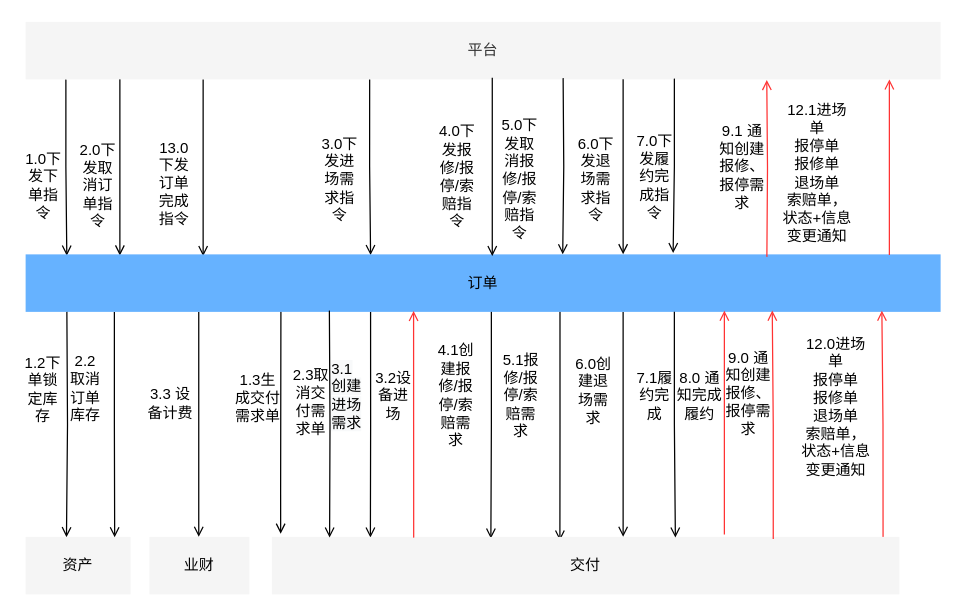
Earlier version of the draw.io diagram page "Copy of Page-29" (33 of 36) of docs/自营重构.drawio (lokiworks/codebase). Source tidied: cells renumbered, new cells numbered last; positions are measured from the earlier drawing's top-left corner, leaving out a move shared by most shapes. Both pictures are drawn from the tidied source at 125%, with x=0, y=0 at pixel (21, 21).
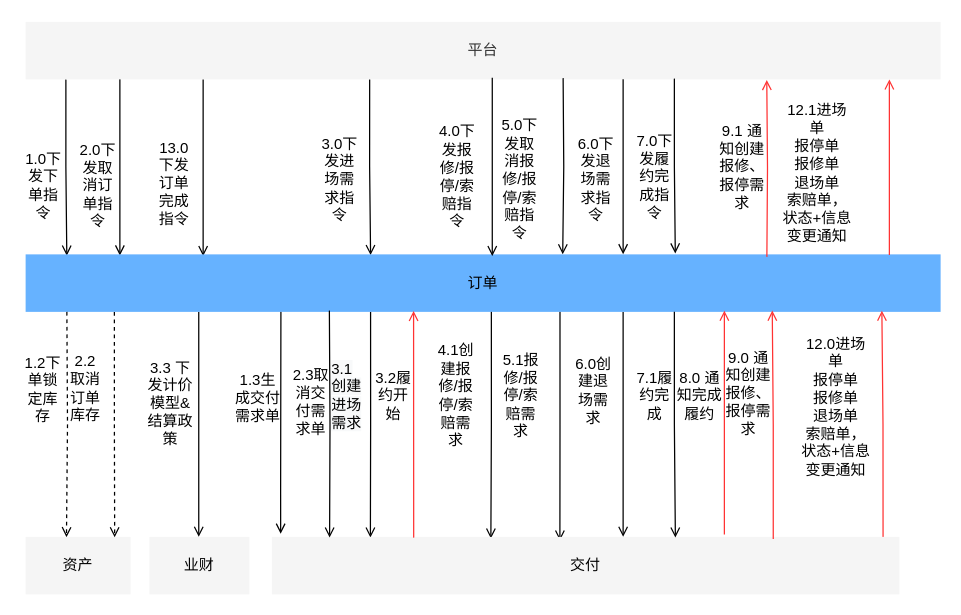
The same diagram, later.

The change refers to these unchanged cells:
```xml
<mxCell id="6" value="平台" style="rounded=0;whiteSpace=wrap;html=1;strokeColor=none;fillColor=#f5f5f5;fontColor=#333333;" parent="1" vertex="1">
  <mxGeometry x="3" width="732" height="46" as="geometry" />
</mxCell>
<mxCell id="11" value="&lt;font color=&quot;#000000&quot;&gt;订单&lt;/font&gt;" style="rounded=0;whiteSpace=wrap;html=1;strokeColor=none;fillColor=#66B2FF;fontColor=#ffffff;" parent="1" vertex="1">
  <mxGeometry x="3" y="186" width="732" height="46" as="geometry" />
</mxCell>
<mxCell id="16" value="&lt;font color=&quot;#000000&quot;&gt;资产&lt;/font&gt;" style="rounded=0;whiteSpace=wrap;html=1;strokeColor=none;fillColor=#f5f5f5;fontColor=#333333;" parent="1" vertex="1">
  <mxGeometry x="3" y="412" width="84" height="46" as="geometry" />
</mxCell>
```

What changed in the source:
```diff
@@
-    <mxCell id="12" style="edgeStyle=orthogonalEdgeStyle;rounded=0;jettySize=auto;html=1;fontColor=#000000;endArrow=open;endFill=0;entryX=0.389;entryY=0.007;entryDx=0;entryDy=0;entryPerimeter=0;" parent="1" edge="1" target="16">
+    <mxCell id="12" style="edgeStyle=orthogonalEdgeStyle;rounded=0;jettySize=auto;html=1;fontColor=#000000;endArrow=open;endFill=0;entryX=0.389;entryY=0.007;entryDx=0;entryDy=0;entryPerimeter=0;dashed=1;" parent="1" edge="1" target="16">
       <mxGeometry relative="1" as="geometry">
         <mxPoint x="36" y="232" as="sourcePoint" />
       </mxGeometry>
     </mxCell>
@@
-    <mxCell id="26" value="3.2设备进场" style="text;html=1;strokeColor=none;fillColor=none;align=center;verticalAlign=middle;whiteSpace=wrap;rounded=0;fontColor=#000000;" parent="1" vertex="1">
+    <mxCell id="26" value="3.2履约开始" style="text;html=1;strokeColor=none;fillColor=none;align=center;verticalAlign=middle;whiteSpace=wrap;rounded=0;fontColor=#000000;" parent="1" vertex="1">
       <mxGeometry x="280" y="271" width="35" height="55" as="geometry" />
     </mxCell>
@@
-    <mxCell id="37" value="3.3 设备计费" style="text;html=1;strokeColor=none;fillColor=none;align=center;verticalAlign=middle;whiteSpace=wrap;rounded=0;fontColor=#000000;" parent="1" vertex="1">
+    <mxCell id="37" value="3.3 下发计价模型&amp;amp;结算政策" style="text;html=1;strokeColor=none;fillColor=none;align=center;verticalAlign=middle;whiteSpace=wrap;rounded=0;fontColor=#000000;" parent="1" vertex="1">
       <mxGeometry x="99" y="279" width="40" height="51" as="geometry" />
     </mxCell>
@@
-    <mxCell id="44" style="edgeStyle=orthogonalEdgeStyle;rounded=0;jettySize=auto;html=1;fontColor=#000000;endArrow=open;endFill=0;exitX=0.709;exitY=0.987;exitDx=0;exitDy=0;exitPerimeter=0;" parent="1" edge="1" source="6">
-      <mxGeometry relative="1" as="geometry">
-        <mxPoint x="521" y="185" as="targetPoint" />
-      </mxGeometry>
+    <mxCell id="44" style="edgeStyle=orthogonalEdgeStyle;rounded=0;jettySize=auto;html=1;fontColor=#000000;endArrow=open;endFill=0;exitX=0.709;exitY=0.987;exitDx=0;exitDy=0;exitPerimeter=0;entryX=0.71;entryY=-0.016;entryDx=0;entryDy=0;entryPerimeter=0;" parent="1" edge="1" source="6" target="11">
+      <mxGeometry relative="1" as="geometry" />
     </mxCell>
@@
-    <mxCell id="49" style="edgeStyle=orthogonalEdgeStyle;rounded=0;jettySize=auto;html=1;exitX=0.097;exitY=1;exitDx=0;exitDy=0;entryX=0.848;entryY=0.008;entryDx=0;entryDy=0;entryPerimeter=0;fontColor=#000000;endArrow=open;endFill=0;exitPerimeter=0;" parent="1" edge="1" source="11" target="16">
+    <mxCell id="49" style="edgeStyle=orthogonalEdgeStyle;rounded=0;jettySize=auto;html=1;exitX=0.097;exitY=1;exitDx=0;exitDy=0;entryX=0.848;entryY=0.008;entryDx=0;entryDy=0;entryPerimeter=0;fontColor=#000000;endArrow=open;endFill=0;exitPerimeter=0;dashed=1;" parent="1" edge="1" source="11" target="16">
       <mxGeometry relative="1" as="geometry" />
     </mxCell>
```
